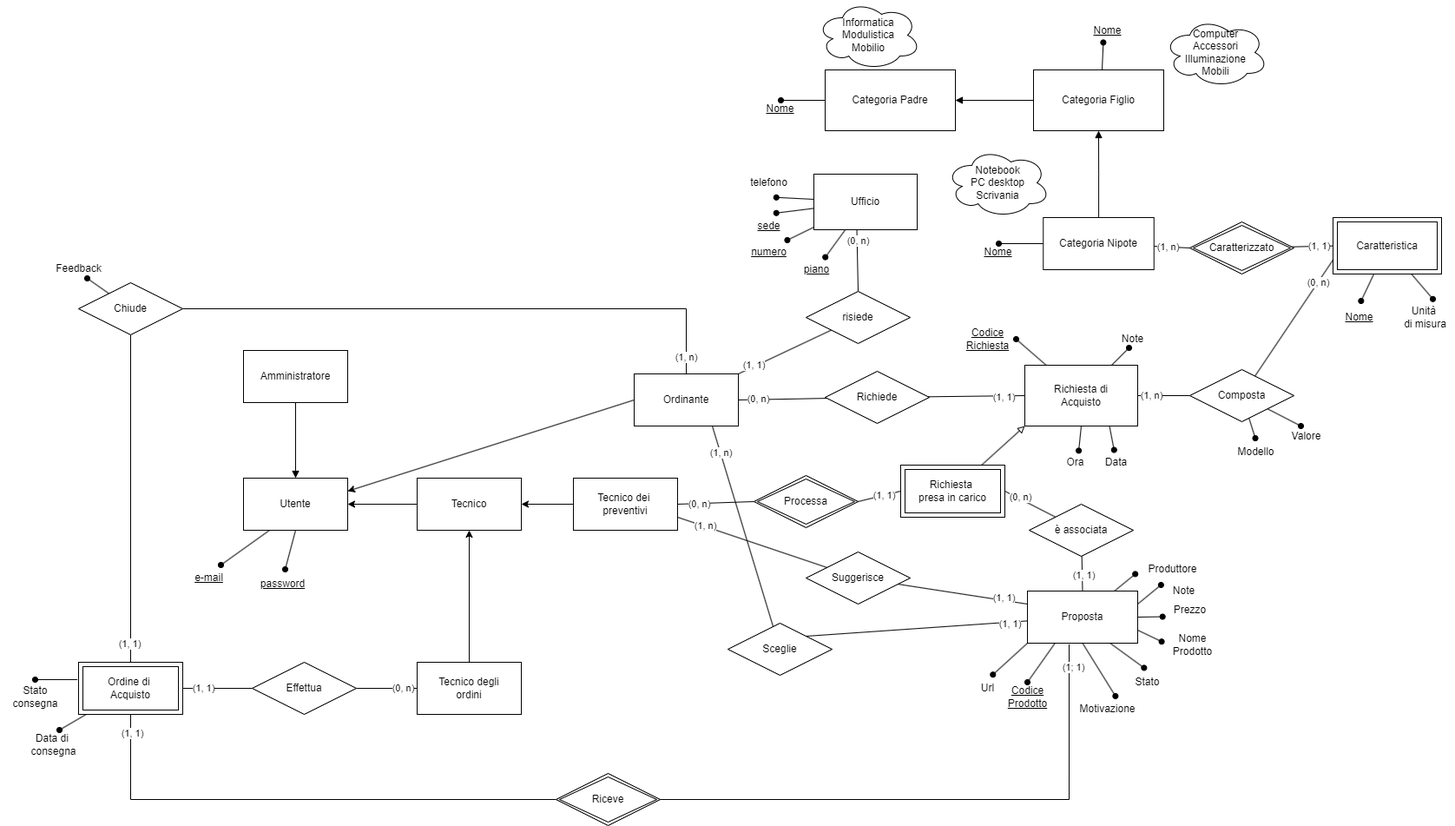
Above: docs/ER_WE.drawio.png in Mik1810/web_engineering (draw.io), before the change. Source tidied: cells renumbered, new cells last; positions are measured from the earlier drawing's top-left corner, leaving out a move shared by most shapes.
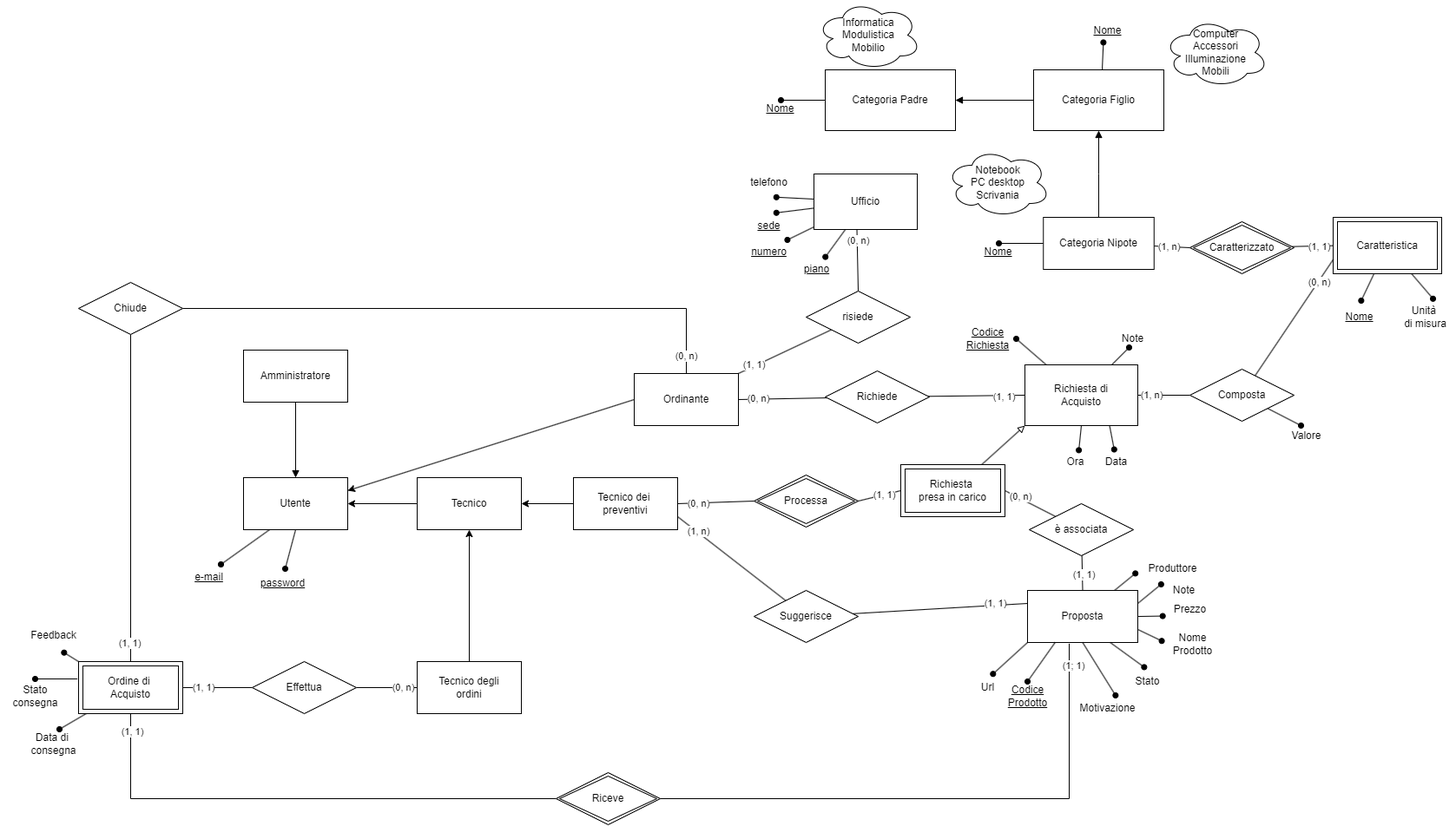
The same diagram one commit later.

Commit message:
Updated diagrams and added relational model

Diff of the diagram source:
```diff
@@ -84,9 +84,6 @@
         <mxPoint x="1498" y="490" as="targetPoint" />
       </mxGeometry>
     </mxCell>
-    <mxCell id="26" style="rounded=0;jettySize=auto;html=1;entryX=0.493;entryY=-0.032;entryDx=0;entryDy=0;entryPerimeter=0;endArrow=oval;endFill=1;" parent="1" edge="1" source="27" target="123">
-      <mxGeometry relative="1" as="geometry" />
-    </mxCell>
     <mxCell id="27" value="Composta" style="shape=rhombus;perimeter=rhombusPerimeter;whiteSpace=wrap;html=1;align=center;" parent="1" vertex="1">
       <mxGeometry x="1370" y="425" width="120" height="60" as="geometry" />
     </mxCell>
@@ -96,12 +93,6 @@
     <mxCell id="29" style="rounded=0;jettySize=auto;html=1;endArrow=oval;endFill=1;entryX=-0.035;entryY=0.68;entryDx=0;entryDy=0;entryPerimeter=0;" parent="1" edge="1" source="32" target="33">
       <mxGeometry relative="1" as="geometry" />
     </mxCell>
-    <mxCell id="30" style="rounded=0;jettySize=auto;html=1;entryX=1;entryY=0;entryDx=0;entryDy=0;endArrow=none;endFill=0;" parent="1" edge="1" source="32" target="84">
-      <mxGeometry relative="1" as="geometry" />
-    </mxCell>
-    <mxCell id="31" value="(1, 1)" style="edgeLabel;html=1;align=center;verticalAlign=middle;" parent="30" vertex="1">
-      <mxGeometry x="-0.83" y="2" relative="1" as="geometry" />
-    </mxCell>
     <mxCell id="32" value="Proposta" style="rounded=0;whiteSpace=wrap;html=1;" parent="1" vertex="1">
       <mxGeometry x="1183" y="680" width="127" height="60" as="geometry" />
     </mxCell>
@@ -197,7 +188,7 @@
       </mxGeometry>
     </mxCell>
     <mxCell id="62" value="Suggerisce" style="shape=rhombus;perimeter=rhombusPerimeter;whiteSpace=wrap;html=1;align=center;" parent="1" vertex="1">
-      <mxGeometry x="928" y="635" width="120" height="60" as="geometry" />
+      <mxGeometry x="868" y="680" width="120" height="60" as="geometry" />
     </mxCell>
     <mxCell id="63" style="endArrow=none;html=1;rounded=0;entryX=1;entryY=0.75;entryDx=0;entryDy=0;" parent="1" edge="1" source="62" target="87">
       <mxGeometry relative="1" as="geometry" />
@@ -250,21 +241,12 @@
     <mxCell id="79" value="(0, n)" style="edgeLabel;html=1;align=center;verticalAlign=middle;" parent="78" vertex="1">
       <mxGeometry x="0.46" relative="1" as="geometry" />
     </mxCell>
-    <mxCell id="80" style="rounded=0;jettySize=auto;html=1;entryX=0.75;entryY=1;entryDx=0;entryDy=0;endArrow=none;endFill=0;" parent="1" edge="1" source="84" target="57">
-      <mxGeometry relative="1" as="geometry" />
-    </mxCell>
-    <mxCell id="81" value="(1, n)" style="edgeLabel;html=1;align=center;verticalAlign=middle;" parent="80" vertex="1">
-      <mxGeometry x="0.74" relative="1" as="geometry" />
-    </mxCell>
     <mxCell id="82" style="rounded=0;jettySize=auto;html=1;endArrow=oval;endFill=1;entryX=0.427;entryY=-0.053;entryDx=0;entryDy=0;entryPerimeter=0;exitX=0.75;exitY=1;exitDx=0;exitDy=0;" parent="1" edge="1" source="32" target="85">
       <mxGeometry relative="1" as="geometry" />
     </mxCell>
     <mxCell id="83" style="rounded=0;jettySize=auto;html=1;endArrow=oval;endFill=1;entryX=0.604;entryY=0.015;entryDx=0;entryDy=0;entryPerimeter=0;exitX=0.5;exitY=1;exitDx=0;exitDy=0;" parent="1" edge="1" source="32" target="86">
       <mxGeometry relative="1" as="geometry" />
     </mxCell>
-    <mxCell id="84" value="Sceglie" style="shape=rhombus;perimeter=rhombusPerimeter;whiteSpace=wrap;html=1;align=center;" parent="1" vertex="1">
-      <mxGeometry x="838" y="717" width="120" height="60" as="geometry" />
-    </mxCell>
     <mxCell id="85" value="Stato" style="text;html=1;align=center;verticalAlign=middle;points=[];strokeColor=none;fillColor=none;" parent="1" vertex="1">
       <mxGeometry x="1296" y="770" width="50" height="30" as="geometry" />
     </mxCell>
@@ -338,19 +320,17 @@
     <mxCell id="107" style="edgeStyle=orthogonalEdgeStyle;rounded=0;jettySize=auto;html=1;entryX=0.5;entryY=0;entryDx=0;entryDy=0;endArrow=none;endFill=0;" parent="1" edge="1" source="110" target="57">
       <mxGeometry relative="1" as="geometry" />
     </mxCell>
-    <mxCell id="108" value="(1, n)" style="edgeLabel;html=1;align=center;verticalAlign=middle;" parent="107" vertex="1">
+    <mxCell id="108" value="(0, n)" style="edgeLabel;html=1;align=center;verticalAlign=middle;" parent="107" vertex="1">
       <mxGeometry x="0.94" y="-1" relative="1" as="geometry" />
     </mxCell>
-    <mxCell id="109" style="rounded=0;jettySize=auto;html=1;endArrow=oval;endFill=1;" parent="1" edge="1" source="110">
-      <mxGeometry relative="1" as="geometry">
-        <mxPoint x="100" y="320" as="targetPoint" />
-      </mxGeometry>
+    <mxCell id="109" style="rounded=0;jettySize=auto;html=1;endArrow=oval;endFill=1;exitX=0;exitY=0;exitDx=0;exitDy=0;entryX=0.654;entryY=1.156;entryDx=0;entryDy=0;entryPerimeter=0;" parent="1" edge="1" source="99" target="111">
+      <mxGeometry relative="1" as="geometry" />
     </mxCell>
     <mxCell id="110" value="Chiude" style="shape=rhombus;perimeter=rhombusPerimeter;whiteSpace=wrap;html=1;align=center;" parent="1" vertex="1">
       <mxGeometry x="90" y="325" width="120" height="60" as="geometry" />
     </mxCell>
     <mxCell id="111" value="Feedback" style="text;html=1;align=center;verticalAlign=middle;points=[];strokeColor=none;fillColor=none;" parent="1" vertex="1">
-      <mxGeometry x="50" y="294" width="80" height="30" as="geometry" />
+      <mxGeometry x="21" y="717" width="80" height="30" as="geometry" />
     </mxCell>
     <mxCell id="112" value="Valore" style="text;html=1;align=center;verticalAlign=middle;strokeColor=none;fillColor=none;" parent="1" vertex="1">
       <mxGeometry x="1474" y="487" width="60" height="30" as="geometry" />
@@ -389,9 +369,6 @@
     <mxCell id="122" value="Data di&amp;nbsp;&lt;div&gt;consegna&lt;/div&gt;" style="text;html=1;align=center;verticalAlign=middle;strokeColor=none;fillColor=none;" parent="1" vertex="1">
       <mxGeometry x="21" y="837" width="80" height="40" as="geometry" />
     </mxCell>
-    <mxCell id="123" value="Modello" style="text;html=1;align=center;verticalAlign=middle;points=[];strokeColor=none;fillColor=none;" parent="1" vertex="1">
-      <mxGeometry x="1411" y="505" width="70" height="30" as="geometry" />
-    </mxCell>
     <mxCell id="124" value="Unità&amp;nbsp;&lt;div&gt;di misura&lt;/div&gt;" style="text;html=1;align=center;verticalAlign=middle;points=[];strokeColor=none;fillColor=none;" parent="1" vertex="1">
       <mxGeometry x="1606" y="345" width="70" height="40" as="geometry" />
     </mxCell>
```
